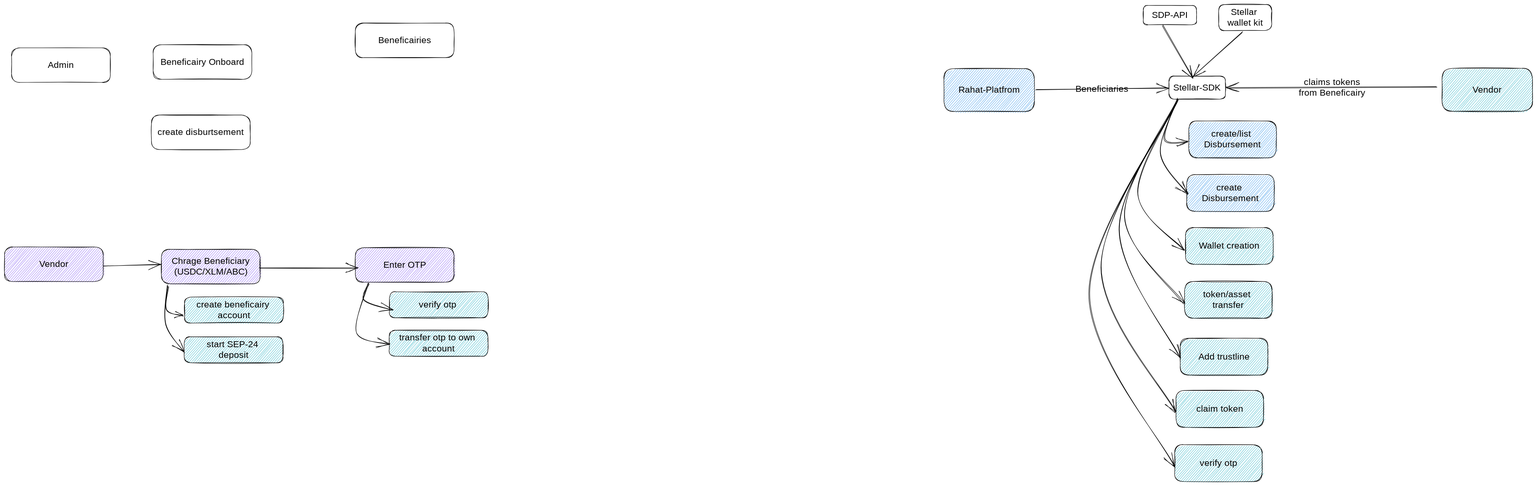
This is docs/diagrams/stellar-rahat.excalidraw.svg from rahataid/rahat-platform, a Excalidraw export, as it was before one commit. Source tidied: one line per element, renumbered; positions are measured from the earlier drawing's top-left corner, leaving out a move shared by most shapes.
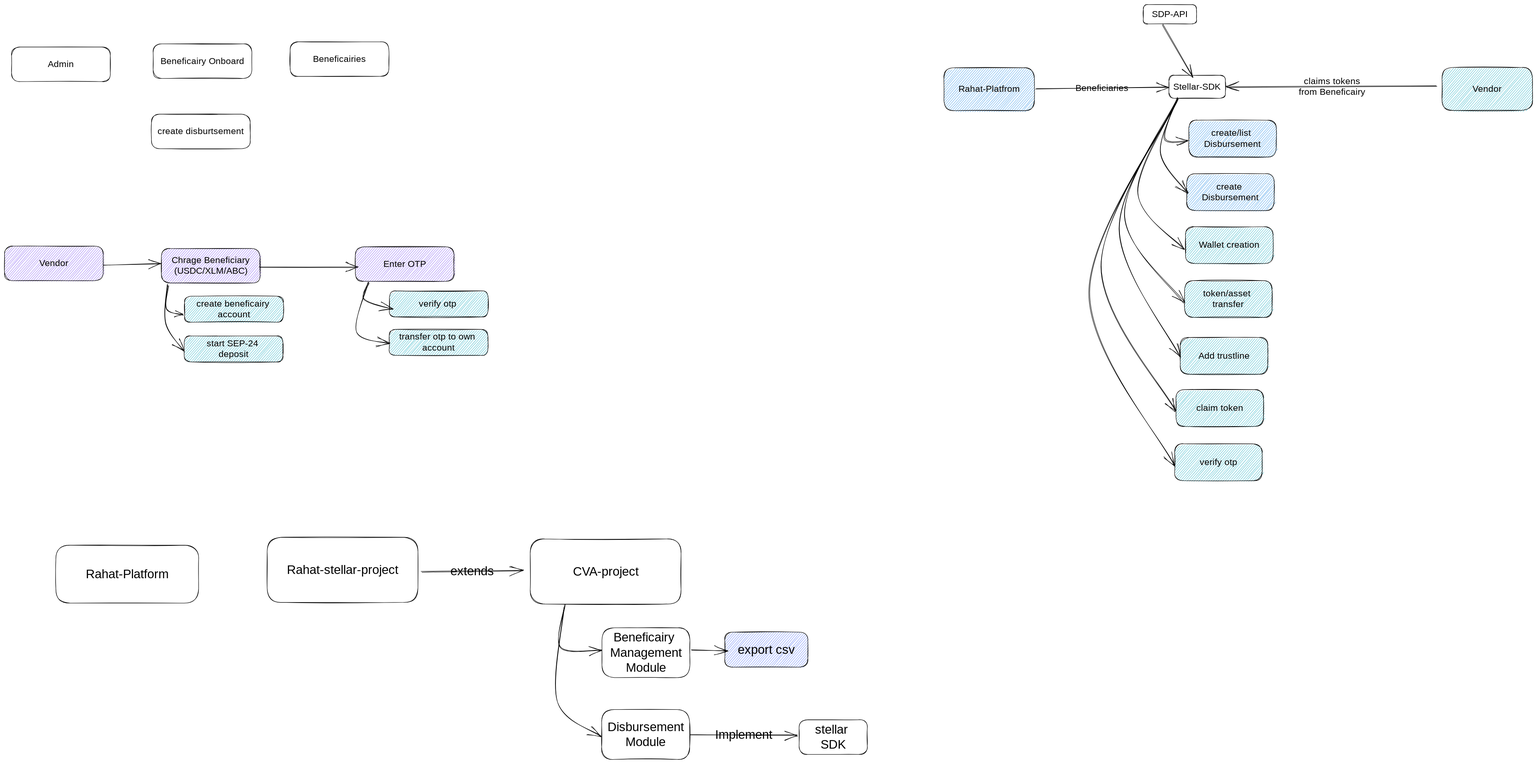
The same diagram one commit later.

Diff of the diagram source:
```diff
@@ -16,10 +16,7 @@
 {"id": 15, "type": "text", "text": "claims tokens\nfrom Beneficairy", "strokeColor": "#000000", "backgroundColor": "#15aabf", "fillStyle": "hachure", "strokeWidth": 1, "roughness": 1, "fontSize": 20, "fontFamily": 1, "textAlign": "center", "verticalAlign": "middle", "inside": 14, "x": 2879, "y": 161, "width": 158, "height": 48}
 {"id": 16, "type": "rectangle", "strokeColor": "#000000", "strokeWidth": 1, "roughness": 1, "round": true, "x": 2537, "y": 2, "width": 118, "height": 43}
 {"id": 17, "type": "text", "text": "SDP-API", "strokeColor": "#000000", "strokeWidth": 1, "roughness": 1, "fontSize": 20, "fontFamily": 1, "textAlign": "center", "verticalAlign": "middle", "inside": 16, "x": 2553, "y": 12, "width": 86, "height": 24}
-{"id": 18, "type": "rectangle", "strokeColor": "#000000", "strokeWidth": 1, "roughness": 1, "round": true, "x": 2705, "y": 0, "width": 118, "height": 58}
-{"id": 19, "type": "text", "text": "Stellar \nwallet kit", "strokeColor": "#000000", "strokeWidth": 1, "roughness": 1, "fontSize": 20, "fontFamily": 1, "textAlign": "center", "verticalAlign": "middle", "inside": 18, "x": 2717, "y": 5, "width": 94, "height": 48}
 {"id": 20, "type": "arrow", "strokeColor": "#000000", "strokeWidth": 1, "roughness": 1, "endArrowhead": "arrow", "round": true, "from": 16, "x": 2580, "y": 46, "width": 67, "height": 118, "points": [[0, 0], [67, 118]]}
-{"id": 21, "type": "arrow", "strokeColor": "#000000", "strokeWidth": 1, "roughness": 1, "endArrowhead": "arrow", "round": true, "from": 18, "x": 2758, "y": 61, "width": 111, "height": 100, "points": [[0, 0], [-111, 100]]}
 {"id": 22, "type": "rectangle", "strokeColor": "#000000", "backgroundColor": "#15aabf", "fillStyle": "hachure", "strokeWidth": 1, "roughness": 1, "round": true, "x": 2631, "y": 497, "width": 195, "height": 82}
 {"id": 23, "type": "text", "text": "Wallet creation", "strokeColor": "#000000", "strokeWidth": 1, "roughness": 1, "fontSize": 20, "fontFamily": 1, "textAlign": "center", "verticalAlign": "middle", "inside": 22, "x": 2654, "y": 526, "width": 150, "height": 24}
 {"id": 24, "type": "arrow", "strokeColor": "#000000", "strokeWidth": 1, "roughness": 1, "endArrowhead": "arrow", "round": true, "from": 2, "to": 22, "x": 2615, "y": 211, "width": 105, "height": 335, "points": [[0, 0], [-90, 209], [15, 335]]}
@@ -41,8 +38,8 @@
 {"id": 40, "type": "text", "text": "Beneficairy Onboard", "strokeColor": "#000000", "strokeWidth": 1, "roughness": 1, "fontSize": 20, "fontFamily": 1, "textAlign": "center", "verticalAlign": "middle", "inside": 39, "x": 344, "y": 116, "width": 194, "height": 24}
 {"id": 41, "type": "rectangle", "strokeColor": "#000000", "strokeWidth": 1, "roughness": 1, "round": true, "x": 327, "y": 246, "width": 220, "height": 77}
 {"id": 42, "type": "text", "text": "create disburtsement", "strokeColor": "#000000", "strokeWidth": 1, "roughness": 1, "fontSize": 20, "fontFamily": 1, "textAlign": "center", "verticalAlign": "middle", "inside": 41, "x": 333, "y": 272, "width": 209, "height": 24}
-{"id": 43, "type": "rectangle", "strokeColor": "#000000", "strokeWidth": 1, "roughness": 1, "round": true, "x": 782, "y": 41, "width": 220, "height": 77}
+{"id": 43, "type": "rectangle", "strokeColor": "#000000", "strokeWidth": 1, "roughness": 1, "round": true, "x": 636, "y": 85, "width": 220, "height": 77}
-{"id": 44, "type": "text", "text": "Beneficairies", "strokeColor": "#000000", "strokeWidth": 1, "roughness": 1, "fontSize": 20, "fontFamily": 1, "textAlign": "center", "verticalAlign": "middle", "inside": 43, "x": 830, "y": 68, "width": 122, "height": 24}
+{"id": 44, "type": "text", "text": "Beneficairies", "strokeColor": "#000000", "strokeWidth": 1, "roughness": 1, "fontSize": 20, "fontFamily": 1, "textAlign": "center", "verticalAlign": "middle", "inside": 43, "x": 685, "y": 111, "width": 122, "height": 24}
 {"id": 45, "type": "rectangle", "strokeColor": "#000000", "backgroundColor": "#7950f2", "fillStyle": "hachure", "strokeWidth": 1, "roughness": 1, "round": true, "x": 0, "y": 540, "width": 220, "height": 77}
 {"id": 46, "type": "text", "text": "Vendor", "strokeColor": "#000000", "strokeWidth": 1, "roughness": 1, "fontSize": 20, "fontFamily": 1, "textAlign": "center", "verticalAlign": "middle", "inside": 45, "x": 79, "y": 566, "width": 62, "height": 24}
 {"id": 47, "type": "rectangle", "strokeColor": "#000000", "backgroundColor": "#7950f2", "fillStyle": "hachure", "strokeWidth": 1, "roughness": 1, "round": true, "x": 350, "y": 545, "width": 220, "height": 77}
@@ -63,3 +60,24 @@
 {"id": 62, "type": "arrow", "strokeColor": "#000000", "backgroundColor": "#15aabf", "fillStyle": "hachure", "strokeWidth": 1, "roughness": 1, "endArrowhead": "arrow", "round": true, "from": 47, "x": 364, "y": 625, "width": 42, "height": 150, "points": [[0, 0], [-5, 87], [37, 150]]}
 {"id": 63, "type": "arrow", "strokeColor": "#000000", "backgroundColor": "#15aabf", "fillStyle": "hachure", "strokeWidth": 1, "roughness": 1, "endArrowhead": "arrow", "round": true, "from": 53, "x": 812, "y": 621, "width": 62, "height": 60, "points": [[0, 0], [-11, 38], [51, 60]]}
 {"id": 64, "type": "arrow", "strokeColor": "#000000", "backgroundColor": "#15aabf", "fillStyle": "hachure", "strokeWidth": 1, "roughness": 1, "endArrowhead": "arrow", "round": true, "from": 53, "x": 810, "y": 621, "width": 74, "height": 135, "points": [[0, 0], [-26, 109], [48, 135]]}
+{"id": 65, "type": "rectangle", "strokeColor": "#000000", "strokeWidth": 1, "roughness": 1, "round": true, "x": 114, "y": 1206, "width": 318, "height": 129}
+{"id": 66, "type": "text", "text": "Rahat-Platform", "strokeColor": "#000000", "strokeWidth": 1, "roughness": 1, "fontSize": 28, "fontFamily": 1, "textAlign": "center", "verticalAlign": "middle", "inside": 65, "x": 165, "y": 1254, "width": 217, "height": 34}
+{"id": 67, "type": "rectangle", "strokeColor": "#000000", "strokeWidth": 1, "roughness": 1, "round": true, "x": 585, "y": 1188, "width": 336, "height": 145}
+{"id": 68, "type": "text", "text": "Rahat-stellar-project", "strokeColor": "#000000", "strokeWidth": 1, "roughness": 1, "fontSize": 28, "fontFamily": 1, "textAlign": "center", "verticalAlign": "middle", "inside": 67, "x": 605, "y": 1244, "width": 297, "height": 34}
+{"id": 69, "type": "rectangle", "strokeColor": "#000000", "strokeWidth": 1, "roughness": 1, "round": true, "x": 1171, "y": 1192, "width": 336, "height": 145}
+{"id": 70, "type": "text", "text": "CVA-project", "strokeColor": "#000000", "strokeWidth": 1, "roughness": 1, "fontSize": 28, "fontFamily": 1, "textAlign": "center", "verticalAlign": "middle", "inside": 69, "x": 1260, "y": 1248, "width": 158, "height": 34}
+{"id": 71, "type": "arrow", "strokeColor": "#000000", "strokeWidth": 1, "roughness": 1, "endArrowhead": "arrow", "round": true, "from": 67, "to": 69, "x": 928, "y": 1266, "width": 227, "height": 3, "points": [[0, 0], [227, -3]]}
+{"id": 72, "type": "text", "text": "extends", "strokeColor": "#000000", "strokeWidth": 1, "roughness": 1, "fontSize": 28, "fontFamily": 1, "textAlign": "center", "verticalAlign": "middle", "inside": 71, "x": 989, "y": 1247, "width": 106, "height": 34}
+{"id": 73, "type": "rectangle", "strokeColor": "#000000", "strokeWidth": 1, "roughness": 1, "round": true, "x": 1331, "y": 1390, "width": 196, "height": 111}
+{"id": 74, "type": "text", "text": "Beneficairy \nManagement\nModule", "strokeColor": "#000000", "strokeWidth": 1, "roughness": 1, "fontSize": 28, "fontFamily": 1, "textAlign": "center", "verticalAlign": "middle", "inside": 73, "x": 1347, "y": 1395, "width": 163, "height": 101}
+{"id": 75, "type": "arrow", "strokeColor": "#000000", "strokeWidth": 1, "roughness": 1, "endArrowhead": "arrow", "round": true, "from": 69, "x": 1249, "y": 1338, "width": 93, "height": 103, "points": [[0, 0], [-10, 95], [83, 103]]}
+{"id": 76, "type": "rectangle", "strokeColor": "#000000", "backgroundColor": "#4c6ef5", "fillStyle": "hachure", "strokeWidth": 1, "roughness": 1, "round": true, "x": 1605, "y": 1400, "width": 185, "height": 78}
+{"id": 77, "type": "text", "text": "export csv", "strokeColor": "#000000", "strokeWidth": 1, "roughness": 1, "fontSize": 28, "fontFamily": 1, "textAlign": "center", "verticalAlign": "middle", "inside": 76, "x": 1624, "y": 1422, "width": 146, "height": 34}
+{"id": 78, "type": "arrow", "strokeColor": "#000000", "strokeWidth": 1, "roughness": 1, "endArrowhead": "arrow", "round": true, "from": 73, "x": 1530, "y": 1441, "width": 78, "height": 1, "points": [[0, 0], [78, 1]]}
+{"id": 79, "type": "arrow", "strokeColor": "#000000", "backgroundColor": "#4c6ef5", "fillStyle": "hachure", "strokeWidth": 1, "roughness": 1, "endArrowhead": "arrow", "round": true, "from": 69, "to": 80, "x": 1247, "y": 1344, "width": 98, "height": 288, "points": [[0, 0], [-16, 210], [82, 288]]}
+{"id": 80, "type": "rectangle", "strokeColor": "#000000", "strokeWidth": 1, "roughness": 1, "round": true, "x": 1330, "y": 1572, "width": 196, "height": 111}
+{"id": 81, "type": "text", "text": "Disbursement\nModule", "strokeColor": "#000000", "strokeWidth": 1, "roughness": 1, "fontSize": 28, "fontFamily": 1, "textAlign": "center", "verticalAlign": "middle", "inside": 80, "x": 1340, "y": 1594, "width": 178, "height": 67}
+{"id": 82, "type": "rectangle", "strokeColor": "#000000", "strokeWidth": 1, "roughness": 1, "round": true, "x": 1770, "y": 1595, "width": 152, "height": 77}
+{"id": 83, "type": "text", "text": "stellar \nSDK", "strokeColor": "#000000", "strokeWidth": 1, "roughness": 1, "fontSize": 28, "fontFamily": 1, "textAlign": "center", "verticalAlign": "middle", "inside": 82, "x": 1793, "y": 1600, "width": 106, "height": 67}
+{"id": 84, "type": "arrow", "strokeColor": "#000000", "strokeWidth": 1, "roughness": 1, "endArrowhead": "arrow", "round": true, "from": 80, "to": 82, "x": 1528, "y": 1628, "width": 238, "height": 0, "points": [[0, 0], [238, 0]]}
+{"id": 85, "type": "text", "text": "Implement", "strokeColor": "#000000", "strokeWidth": 1, "roughness": 1, "fontSize": 28, "fontFamily": 1, "textAlign": "center", "verticalAlign": "middle", "inside": 84, "x": 1581, "y": 1612, "width": 131, "height": 34}
```
